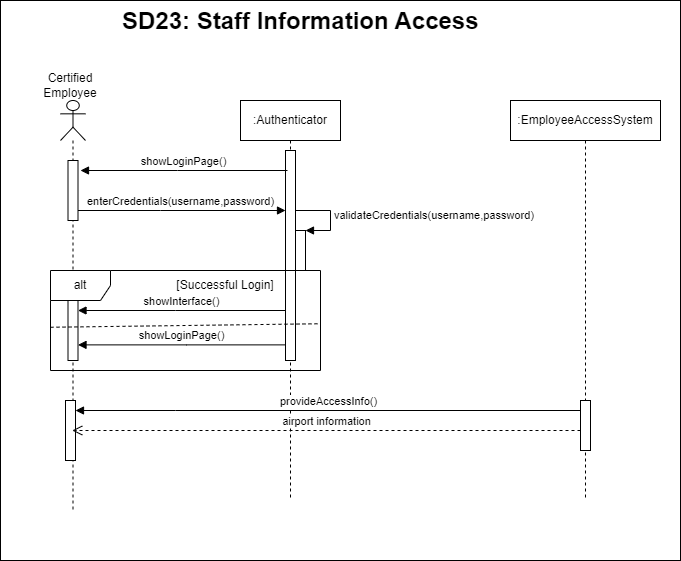
Before: Diagramms/Sequence Diagrams/SequenceDiagram23.png, a diagram exported from draw.io (Smr002/Group01_Airport_Management_System). Source tidied: cells renumbered, new cells last; positions are measured from the earlier drawing's top-left corner, leaving out a move shared by most shapes. The source it was exported from:
```xml
<mxGraphModel>
  <root>
    <mxCell id="0" />
    <mxCell id="1" parent="0" />
    <mxCell id="2" style="rounded=0;whiteSpace=wrap;html=1;" parent="1" vertex="1">
      <mxGeometry width="680" height="560" as="geometry" />
    </mxCell>
    <mxCell id="3" value=":Authenticator" style="shape=umlLifeline;perimeter=lifelinePerimeter;whiteSpace=wrap;html=1;newEdgeStyle={&quot;edgeStyle&quot;:&quot;elbowEdgeStyle&quot;,&quot;elbow&quot;:&quot;vertical&quot;,&quot;curved&quot;:0,&quot;rounded&quot;:0};" parent="1" vertex="1">
      <mxGeometry x="240" y="100" width="100" height="400" as="geometry" />
    </mxCell>
    <mxCell id="4" style="html=1;perimeter=orthogonalPerimeter;targetShapes=umlLifeline;newEdgeStyle={&quot;edgeStyle&quot;:&quot;elbowEdgeStyle&quot;,&quot;elbow&quot;:&quot;vertical&quot;,&quot;curved&quot;:0,&quot;rounded&quot;:0};" parent="3" vertex="1">
      <mxGeometry x="45" y="50" width="10" height="210" as="geometry" />
    </mxCell>
    <mxCell id="5" value="&lt;span style=&quot;color: rgba(0, 0, 0, 0); font-family: monospace; font-size: 0px; text-align: start;&quot;&gt;%3CmxGraphModel%3E%3Croot%3E%3CmxCell%20id%3D%220%22%2F%3E%3CmxCell%20id%3D%221%22%20parent%3D%220%22%2F%3E%3CmxCell%20id%3D%222%22%20value%3D%22%22%20style%3D%22html%3D1%3Bpoints%3D%5B%5B0%2C0%2C0%2C0%2C5%5D%2C%5B0%2C1%2C0%2C0%2C-5%5D%2C%5B1%2C0%2C0%2C0%2C5%5D%2C%5B1%2C1%2C0%2C0%2C-5%5D%5D%3Bperimeter%3DorthogonalPerimeter%3BoutlineConnect%3D0%3BtargetShapes%3DumlLifeline%3BportConstraint%3Deastwest%3BnewEdgeStyle%3D%7B%26quot%3Bcurved%26quot%3B%3A0%2C%26quot%3Brounded%26quot%3B%3A0%7D%3B%22%20vertex%3D%221%22%20parent%3D%221%22%3E%3CmxGeometry%20x%3D%22315%22%20y%3D%22150%22%20width%3D%2210%22%20height%3D%2240%22%20as%3D%22geometry%22%2F%3E%3C%2FmxCell%3E%3CmxCell%20id%3D%223%22%20value%3D%22validateCredentials(username%2Cpassword)%22%20style%3D%22html%3D1%3Balign%3Dleft%3BspacingLeft%3D2%3BendArrow%3Dblock%3Brounded%3D0%3BedgeStyle%3DorthogonalEdgeStyle%3Bcurved%3D0%3Brounded%3D0%3B%22%20edge%3D%221%22%20target%3D%222%22%20parent%3D%221%22%3E%3CmxGeometry%20relative%3D%221%22%20as%3D%22geometry%22%3E%3CmxPoint%20x%3D%22315%22%20y%3D%22130%22%20as%3D%22sourcePoint%22%2F%3E%3CArray%20as%3D%22points%22%3E%3CmxPoint%20x%3D%22350%22%20y%3D%22130%22%2F%3E%3CmxPoint%20x%3D%22350%22%20y%3D%22150%22%2F%3E%3C%2FArray%3E%3CmxPoint%20x%3D%22325%22%20y%3D%22140%22%20as%3D%22targetPoint%22%2F%3E%3C%2FmxGeometry%3E%3C%2FmxCell%3E%3C%2Froot%3E%3C%2FmxGraphModel%3E&lt;/span&gt;" style="html=1;points=[[0,0,0,0,5],[0,1,0,0,-5],[1,0,0,0,5],[1,1,0,0,-5]];perimeter=orthogonalPerimeter;outlineConnect=0;targetShapes=umlLifeline;portConstraint=eastwest;newEdgeStyle={&quot;curved&quot;:0,&quot;rounded&quot;:0};" parent="3" vertex="1">
      <mxGeometry x="55" y="130" width="10" height="40" as="geometry" />
    </mxCell>
    <mxCell id="6" value="validateCredentials(username,password)" style="html=1;align=left;spacingLeft=2;endArrow=block;rounded=0;edgeStyle=orthogonalEdgeStyle;curved=0;rounded=0;" parent="3" edge="1" target="5">
      <mxGeometry relative="1" as="geometry">
        <mxPoint x="55" y="110" as="sourcePoint" />
        <Array as="points">
          <mxPoint x="90" y="110" />
          <mxPoint x="90" y="130" />
        </Array>
      </mxGeometry>
    </mxCell>
    <mxCell id="7" value="enterCredentials(username,password)" style="html=1;verticalAlign=bottom;endArrow=block;edgeStyle=elbowEdgeStyle;elbow=horizontal;curved=0;rounded=0;" parent="1" edge="1">
      <mxGeometry relative="1" as="geometry">
        <mxPoint x="75" y="210" as="sourcePoint" />
        <mxPoint x="285" y="210" as="targetPoint" />
        <Array as="points">
          <mxPoint x="160" y="210" />
        </Array>
      </mxGeometry>
    </mxCell>
    <mxCell id="8" value="showInterface()" style="html=1;verticalAlign=bottom;endArrow=block;edgeStyle=elbowEdgeStyle;elbow=vertical;curved=0;rounded=0;" parent="1" edge="1" target="11">
      <mxGeometry relative="1" as="geometry">
        <mxPoint x="285" y="310" as="sourcePoint" />
        <Array as="points">
          <mxPoint x="175" y="310" />
        </Array>
      </mxGeometry>
    </mxCell>
    <mxCell id="9" style="shape=umlLifeline;perimeter=lifelinePerimeter;whiteSpace=wrap;html=1;outlineConnect=0;portConstraint=eastwest;newEdgeStyle={&quot;curved&quot;:0,&quot;rounded&quot;:0};participant=umlActor;" parent="1" vertex="1">
      <mxGeometry x="60" y="100" width="25" height="410" as="geometry" />
    </mxCell>
    <mxCell id="10" style="html=1;perimeter=orthogonalPerimeter;targetShapes=umlLifeline;newEdgeStyle={&quot;curved&quot;:0,&quot;rounded&quot;:0};" parent="9" vertex="1">
      <mxGeometry x="7.5" y="60" width="10" height="60" as="geometry" />
    </mxCell>
    <mxCell id="11" style="html=1;points=[[0,0,0,0,5],[0,1,0,0,-5],[1,0,0,0,5],[1,1,0,0,-5]];perimeter=orthogonalPerimeter;outlineConnect=0;targetShapes=umlLifeline;portConstraint=eastwest;newEdgeStyle={&quot;curved&quot;:0,&quot;rounded&quot;:0};" parent="9" vertex="1">
      <mxGeometry x="7.5" y="200" width="10" height="60" as="geometry" />
    </mxCell>
    <mxCell id="12" value="Certified Employee" style="text;strokeColor=none;align=center;fillColor=none;html=1;verticalAlign=middle;whiteSpace=wrap;rounded=0;" parent="1" vertex="1">
      <mxGeometry x="30" y="70" width="80" height="30" as="geometry" />
    </mxCell>
    <mxCell id="13" value="&lt;h1 style=&quot;margin-top: 0px;&quot;&gt;SD23: Staff Information Access&lt;/h1&gt;" style="text;html=1;whiteSpace=wrap;overflow=hidden;rounded=0;" parent="1" vertex="1">
      <mxGeometry x="120" width="450" height="40" as="geometry" />
    </mxCell>
    <mxCell id="14" value=":EmployeeAccessSystem" style="shape=umlLifeline;perimeter=lifelinePerimeter;whiteSpace=wrap;html=1;newEdgeStyle={&quot;edgeStyle&quot;:&quot;elbowEdgeStyle&quot;,&quot;elbow&quot;:&quot;vertical&quot;,&quot;curved&quot;:0,&quot;rounded&quot;:0};" parent="1" vertex="1">
      <mxGeometry x="510" y="100" width="150" height="400" as="geometry" />
    </mxCell>
    <mxCell id="15" style="html=1;points=[[0,0,0,0,5],[0,1,0,0,-5],[1,0,0,0,5],[1,1,0,0,-5]];perimeter=orthogonalPerimeter;outlineConnect=0;targetShapes=umlLifeline;portConstraint=eastwest;newEdgeStyle={&quot;curved&quot;:0,&quot;rounded&quot;:0};" parent="14" vertex="1">
      <mxGeometry x="-445" y="300" width="10" height="60" as="geometry" />
    </mxCell>
    <mxCell id="16" value="provideAccessInfo()" style="html=1;verticalAlign=bottom;endArrow=block;edgeStyle=elbowEdgeStyle;elbow=vertical;curved=0;rounded=0;" parent="14" edge="1" source="17" target="15">
      <mxGeometry relative="1" as="geometry">
        <Array as="points">
          <mxPoint x="-335" y="310" />
        </Array>
      </mxGeometry>
    </mxCell>
    <mxCell id="17" style="html=1;points=[];perimeter=orthogonalPerimeter;outlineConnect=0;targetShapes=umlLifeline;portConstraint=eastwest;newEdgeStyle={&quot;edgeStyle&quot;:&quot;elbowEdgeStyle&quot;,&quot;elbow&quot;:&quot;vertical&quot;,&quot;curved&quot;:0,&quot;rounded&quot;:0};" parent="14" vertex="1">
      <mxGeometry x="70" y="300" width="10" height="50" as="geometry" />
    </mxCell>
    <mxCell id="18" value="alt" style="shape=umlFrame;whiteSpace=wrap;html=1;" parent="1" vertex="1">
      <mxGeometry x="50" y="270" width="270" height="100" as="geometry" />
    </mxCell>
    <mxCell id="19" value="showLoginPage()" style="html=1;verticalAlign=bottom;endArrow=block;edgeStyle=elbowEdgeStyle;elbow=horizontal;curved=0;rounded=0;" parent="1" edge="1">
      <mxGeometry relative="1" as="geometry">
        <mxPoint x="285" y="344.4" as="sourcePoint" />
        <mxPoint x="77.5" y="344.4" as="targetPoint" />
        <Array as="points">
          <mxPoint x="186" y="344.4" />
        </Array>
      </mxGeometry>
    </mxCell>
    <mxCell id="20" style="endArrow=none;dashed=1;html=1;rounded=0;exitX=0;exitY=0.577;exitDx=0;exitDy=0;exitPerimeter=0;entryX=1;entryY=0.545;entryDx=0;entryDy=0;entryPerimeter=0;" parent="1" edge="1">
      <mxGeometry relative="1" as="geometry">
        <mxPoint x="50" y="326.8" as="sourcePoint" />
        <mxPoint x="320" y="323.2" as="targetPoint" />
      </mxGeometry>
    </mxCell>
    <mxCell id="21" value="showLoginPage()" style="html=1;verticalAlign=bottom;endArrow=block;edgeStyle=elbowEdgeStyle;elbow=horizontal;curved=0;rounded=0;" parent="1" edge="1">
      <mxGeometry relative="1" as="geometry">
        <mxPoint x="287" y="170" as="sourcePoint" />
        <mxPoint x="80" y="170" as="targetPoint" />
        <Array as="points">
          <mxPoint x="177" y="170" />
        </Array>
      </mxGeometry>
    </mxCell>
    <mxCell id="22" value="[Successful Login]" style="text;html=1;align=center;verticalAlign=middle;whiteSpace=wrap;rounded=0;" parent="1" vertex="1">
      <mxGeometry x="170" y="270" width="110" height="30" as="geometry" />
    </mxCell>
    <mxCell id="23" value="airport information" style="html=1;verticalAlign=bottom;endArrow=open;dashed=1;endSize=8;curved=0;rounded=0;" parent="1" edge="1" target="9">
      <mxGeometry relative="1" as="geometry">
        <mxPoint x="580" y="430" as="sourcePoint" />
      </mxGeometry>
    </mxCell>
  </root>
</mxGraphModel>
```
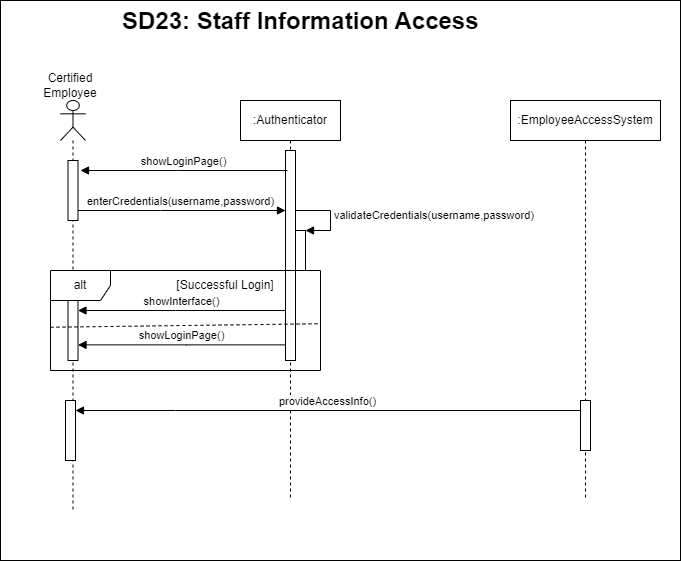
After the change.

The edit, as a diff of the source:
```diff
@@ -101,10 +101,5 @@
     <mxCell id="22" value="[Successful Login]" style="text;html=1;align=center;verticalAlign=middle;whiteSpace=wrap;rounded=0;" parent="1" vertex="1">
       <mxGeometry x="170" y="270" width="110" height="30" as="geometry" />
     </mxCell>
-    <mxCell id="23" value="airport information" style="html=1;verticalAlign=bottom;endArrow=open;dashed=1;endSize=8;curved=0;rounded=0;" parent="1" edge="1" target="9">
-      <mxGeometry relative="1" as="geometry">
-        <mxPoint x="580" y="430" as="sourcePoint" />
-      </mxGeometry>
-    </mxCell>
   </root>
 </mxGraphModel>
```
